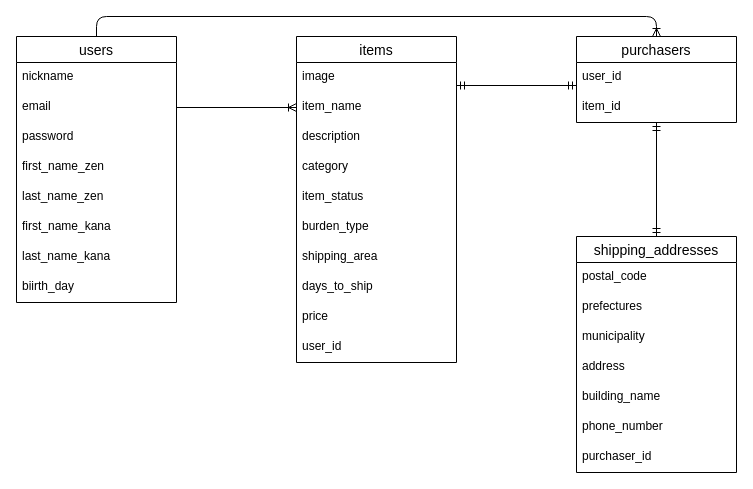
The draw.io diagram furima.dio in yamazaki-shugo/furima-30544, before the edit. Source tidied: cells renumbered, new cells numbered last; positions are measured from the earlier drawing's top-left corner, leaving out a move shared by most shapes. Both pictures are drawn from the tidied source at 100%, with x=0, y=0 at pixel (16, 16).
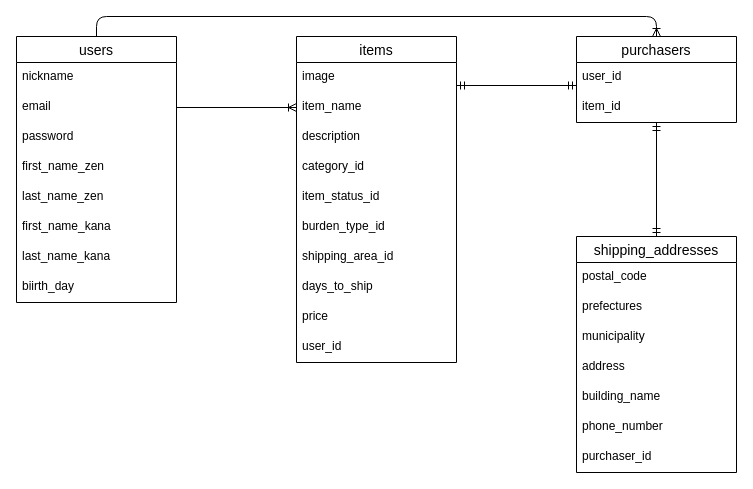
Above is the later version.

Commit message (it also covers changes not shown here):
データベース設計修正2

Unchanged cells that the change refers to:
```xml
<mxCell id="14" value="items" style="swimlane;fontStyle=0;horizontal=1;startSize=26;align=center;fontSize=14;" parent="1" vertex="1">
  <mxGeometry x="280" y="20" width="160" height="326" as="geometry" />
</mxCell>
```

The edit, as a diff of the source:
```diff
@@
-    <mxCell id="18" value="category" style="text;strokeColor=none;fillColor=none;spacingLeft=4;spacingRight=4;overflow=hidden;fontSize=12;" parent="14" vertex="1">
+    <mxCell id="18" value="category_id" style="text;strokeColor=none;fillColor=none;spacingLeft=4;spacingRight=4;overflow=hidden;fontSize=12;" parent="14" vertex="1">
       <mxGeometry y="116" width="160" height="30" as="geometry" />
     </mxCell>
-    <mxCell id="19" value="item_status" style="text;strokeColor=none;fillColor=none;spacingLeft=4;spacingRight=4;overflow=hidden;fontSize=12;" parent="14" vertex="1">
+    <mxCell id="19" value="item_status_id" style="text;strokeColor=none;fillColor=none;spacingLeft=4;spacingRight=4;overflow=hidden;fontSize=12;" parent="14" vertex="1">
       <mxGeometry y="146" width="160" height="30" as="geometry" />
     </mxCell>
-    <mxCell id="20" value="burden_type" style="text;strokeColor=none;fillColor=none;spacingLeft=4;spacingRight=4;overflow=hidden;fontSize=12;" parent="14" vertex="1">
+    <mxCell id="20" value="burden_type_id" style="text;strokeColor=none;fillColor=none;spacingLeft=4;spacingRight=4;overflow=hidden;fontSize=12;" parent="14" vertex="1">
       <mxGeometry y="176" width="160" height="30" as="geometry" />
     </mxCell>
-    <mxCell id="21" value="shipping_area" style="text;strokeColor=none;fillColor=none;spacingLeft=4;spacingRight=4;overflow=hidden;fontSize=12;" parent="14" vertex="1">
+    <mxCell id="21" value="shipping_area_id" style="text;strokeColor=none;fillColor=none;spacingLeft=4;spacingRight=4;overflow=hidden;fontSize=12;" parent="14" vertex="1">
       <mxGeometry y="206" width="160" height="30" as="geometry" />
     </mxCell>
```
